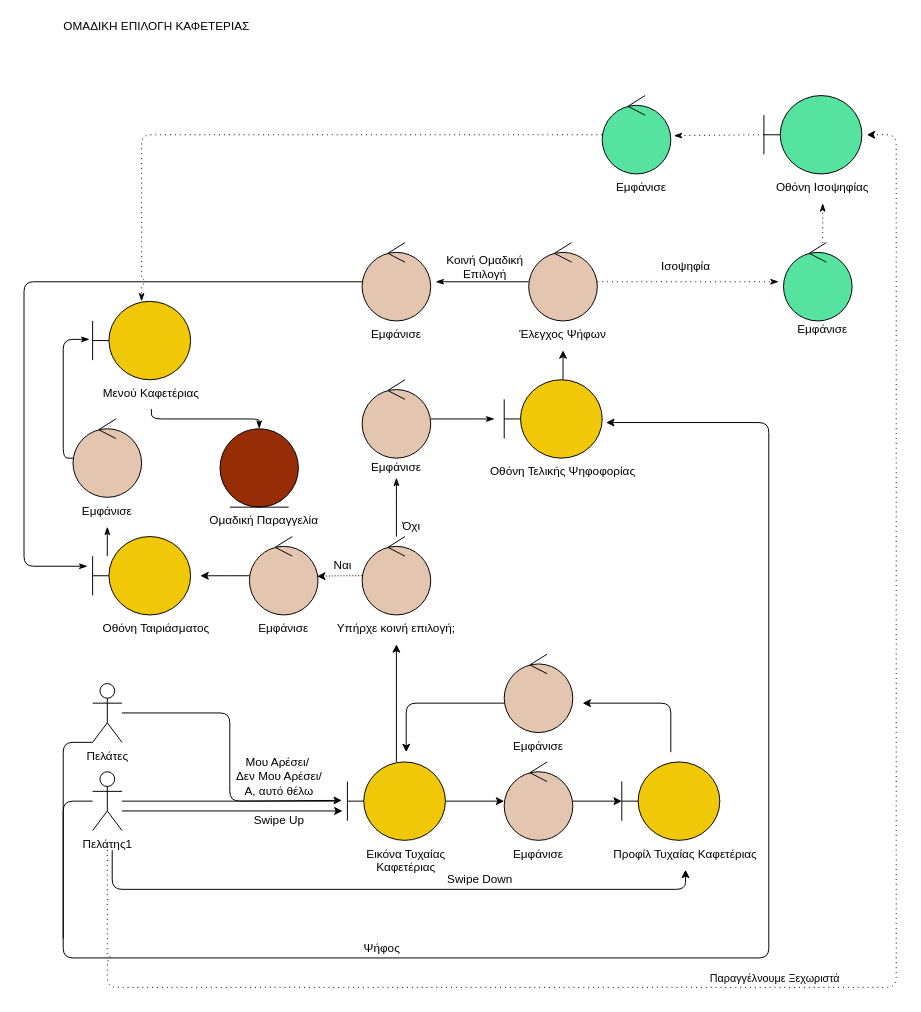
Above: docs/contributions/AthanasiaZ/Writing-Charts/Phase4/robustness_team_choice_coffee_shop.drawio in iloudaros/nomnomr (draw.io), before the change. Source tidied: cells renumbered, new cells numbered last; positions are measured from the earlier drawing's top-left corner, leaving out a move shared by most shapes. Both pictures are drawn from the tidied source at 98%, with x=0, y=0 at pixel (24, 17).
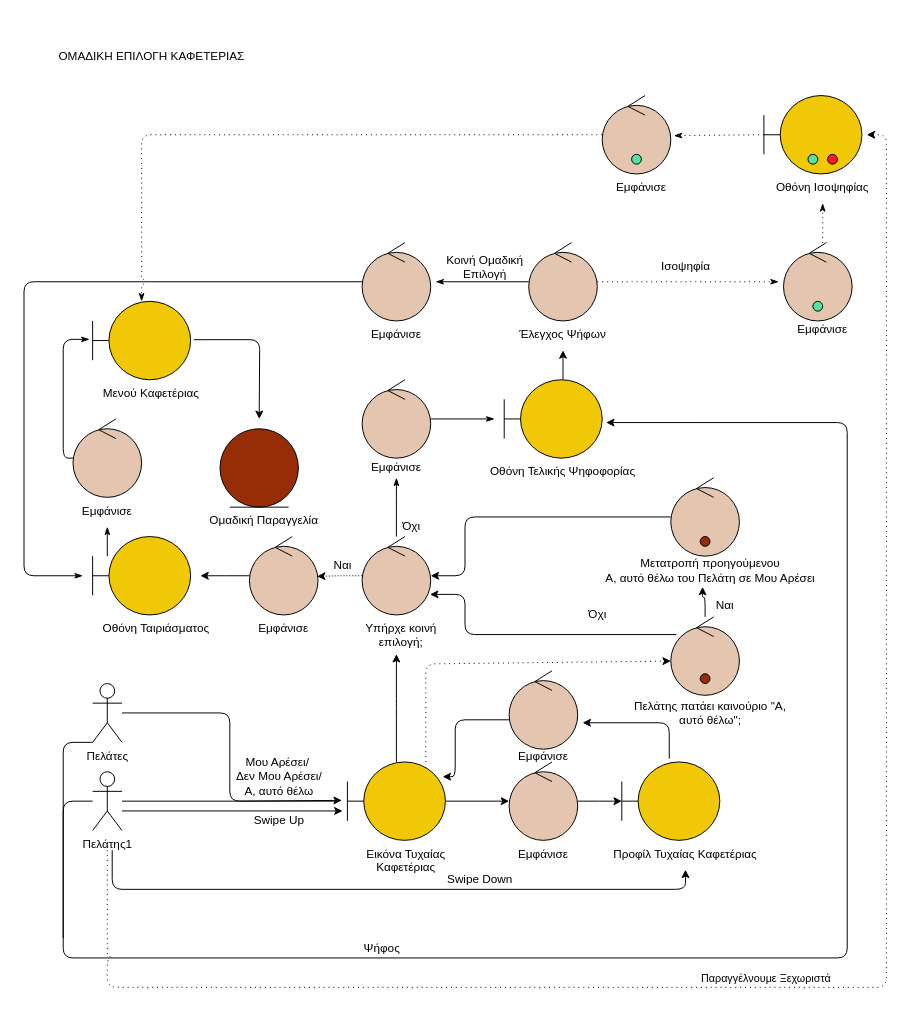
The same diagram, later.

The change refers to these unchanged cells:
```xml
<mxCell id="9" style="shape=umlBoundary;whiteSpace=wrap;html=1;fillColor=#F0C808;" parent="1" vertex="1">
  <mxGeometry x="330" y="760" width="100" height="80" as="geometry" />
</mxCell>
<mxCell id="16" style="shape=umlBoundary;whiteSpace=wrap;html=1;fillColor=#F0C808;" parent="1" vertex="1">
  <mxGeometry x="610" y="760" width="100" height="80" as="geometry" />
</mxCell>
<mxCell id="21" value="Πελάτες" style="shape=umlActor;verticalLabelPosition=bottom;verticalAlign=top;html=1;outlineConnect=0;" parent="1" vertex="1">
  <mxGeometry x="70" y="680" width="30" height="60" as="geometry" />
</mxCell>
<mxCell id="29" style="ellipse;shape=umlControl;whiteSpace=wrap;html=1;fillColor=#E4C5AF;" parent="1" vertex="1">
  <mxGeometry x="345" y="530" width="70" height="80" as="geometry" />
</mxCell>
<mxCell id="37" style="shape=umlBoundary;whiteSpace=wrap;html=1;fillColor=#F0C808;fontColor=#ffffff;strokeColor=#000000;" parent="1" vertex="1">
  <mxGeometry x="70" y="530" width="100" height="80" as="geometry" />
</mxCell>
<mxCell id="42" style="shape=umlBoundary;whiteSpace=wrap;html=1;fillColor=#F0C808;" parent="1" vertex="1">
  <mxGeometry x="490" y="370" width="100" height="80" as="geometry" />
</mxCell>
<mxCell id="52" style="ellipse;shape=umlControl;whiteSpace=wrap;html=1;fillColor=#E4C5AF;fontColor=#000000;strokeColor=#000000;" parent="1" vertex="1">
  <mxGeometry x="345" y="230" width="70" height="80" as="geometry" />
</mxCell>
<mxCell id="55" style="shape=umlBoundary;whiteSpace=wrap;html=1;fillColor=#F0C808;" parent="1" vertex="1">
  <mxGeometry x="70" y="290" width="100" height="80" as="geometry" />
</mxCell>
<mxCell id="57" value="&lt;span style=&quot;font-family: helvetica; font-size: 12px; font-style: normal; font-weight: 400; letter-spacing: normal; text-indent: 0px; text-transform: none; word-spacing: 0px; display: inline; float: none;&quot;&gt;Μενού Καφετέριας&lt;/span&gt;" style="text;whiteSpace=wrap;html=1;fillColor=none;align=center;fontColor=default;labelBackgroundColor=none;" parent="1" vertex="1">
  <mxGeometry x="60" y="370" width="140" height="30" as="geometry" />
</mxCell>
<mxCell id="58" style="ellipse;shape=umlEntity;whiteSpace=wrap;html=1;fillColor=#972D07;" parent="1" vertex="1">
  <mxGeometry x="200" y="420" width="80" height="80" as="geometry" />
</mxCell>
```

The edit, as a diff of the source:
```diff
@@
     <mxCell id="3" value="ΟΜΑΔΙΚΗ ΕΠΙΛΟΓΗ ΚΑΦΕΤΕΡΙΑΣ" style="text;html=1;align=center;verticalAlign=middle;strokeColor=none;fillColor=none;" parent="1" vertex="1">
-      <mxGeometry x="30" width="210" height="20" as="geometry" />
+      <mxGeometry x="25" y="30" width="210" height="20" as="geometry" />
     </mxCell>
@@
-    <mxCell id="8" style="edgeStyle=elbowEdgeStyle;rounded=1;jettySize=auto;html=1;" parent="1" edge="1" source="9">
-      <mxGeometry relative="1" as="geometry">
-        <mxPoint x="380" y="640" as="targetPoint" />
-      </mxGeometry>
-    </mxCell>
+    <mxCell id="75" style="edgeStyle=orthogonalEdgeStyle;rounded=1;jettySize=auto;html=1;" parent="1" edge="1" source="9">
+      <mxGeometry relative="1" as="geometry">
+        <mxPoint x="380" y="650" as="targetPoint" />
+      </mxGeometry>
+    </mxCell>
@@
     <mxCell id="13" style="ellipse;shape=umlControl;whiteSpace=wrap;html=1;fillColor=#E4C5AF;" parent="1" vertex="1">
-      <mxGeometry x="490" y="760" width="70" height="80" as="geometry" />
+      <mxGeometry x="495" y="760" width="70" height="80" as="geometry" />
     </mxCell>
     <mxCell id="14" value="&lt;span style=&quot;font-family: helvetica; font-size: 12px; font-style: normal; font-weight: 400; letter-spacing: normal; text-indent: 0px; text-transform: none; word-spacing: 0px; display: inline; float: none;&quot;&gt;Εμφάνισε&lt;/span&gt;" style="text;whiteSpace=wrap;html=1;fillColor=none;align=center;fontColor=default;labelBackgroundColor=none;" parent="1" vertex="1">
-      <mxGeometry x="485" y="840" width="80" height="30" as="geometry" />
+      <mxGeometry x="490" y="840" width="80" height="30" as="geometry" />
     </mxCell>
-    <mxCell id="15" style="edgeStyle=elbowEdgeStyle;rounded=1;orthogonalLoop=1;jettySize=auto;html=1;elbow=vertical;" parent="1" edge="1">
+    <mxCell id="15" style="edgeStyle=elbowEdgeStyle;rounded=1;jettySize=auto;html=1;elbow=vertical;exitX=0.484;exitY=-0.042;exitDx=0;exitDy=0;exitPerimeter=0;" parent="1" edge="1" source="16">
       <mxGeometry relative="1" as="geometry">
-        <mxPoint x="660" y="750" as="sourcePoint" />
-        <mxPoint x="570" y="700" as="targetPoint" />
+        <mxPoint x="570" y="720" as="targetPoint" />
         <Array as="points">
+          <mxPoint x="610" y="720" />
+          <mxPoint x="610" y="710" />
           <mxPoint x="630" y="700" />
         </Array>
       </mxGeometry>
     </mxCell>
@@
-    <mxCell id="22" style="edgeStyle=elbowEdgeStyle;rounded=1;jettySize=auto;html=1;exitX=0;exitY=0.625;exitDx=0;exitDy=0;exitPerimeter=0;" parent="1" edge="1" source="23">
+    <mxCell id="22" style="edgeStyle=elbowEdgeStyle;rounded=1;jettySize=auto;html=1;exitX=0;exitY=0.625;exitDx=0;exitDy=0;exitPerimeter=0;entryX=0.972;entryY=0.188;entryDx=0;entryDy=0;entryPerimeter=0;" parent="1" edge="1" source="23" target="9">
       <mxGeometry relative="1" as="geometry">
-        <mxPoint x="390" y="750" as="targetPoint" />
         <Array as="points">
+          <mxPoint x="440" y="740" />
+          <mxPoint x="420" y="730" />
           <mxPoint x="390" y="720" />
           <mxPoint x="380" y="700" />
         </Array>
       </mxGeometry>
     </mxCell>
     <mxCell id="23" style="ellipse;shape=umlControl;whiteSpace=wrap;html=1;fillColor=#E4C5AF;" parent="1" vertex="1">
-      <mxGeometry x="490" y="650" width="70" height="80" as="geometry" />
+      <mxGeometry x="495" y="667" width="70" height="80" as="geometry" />
     </mxCell>
     <mxCell id="24" value="&lt;span style=&quot;font-family: helvetica; font-size: 12px; font-style: normal; font-weight: 400; letter-spacing: normal; text-indent: 0px; text-transform: none; word-spacing: 0px; display: inline; float: none;&quot;&gt;Εμφάνισε&lt;/span&gt;" style="text;whiteSpace=wrap;html=1;fillColor=none;align=center;fontColor=default;labelBackgroundColor=none;" parent="1" vertex="1">
-      <mxGeometry x="485" y="730" width="80" height="30" as="geometry" />
+      <mxGeometry x="490" y="740" width="80" height="30" as="geometry" />
     </mxCell>
@@
-    <mxCell id="34" value="&lt;span style=&quot;font-family: helvetica; font-size: 12px; font-style: normal; font-weight: 400; letter-spacing: normal; text-indent: 0px; text-transform: none; word-spacing: 0px; display: inline; float: none;&quot;&gt;Υπήρχε κοινή επιλογή;&lt;/span&gt;" style="text;whiteSpace=wrap;html=1;fillColor=none;align=center;fontColor=default;labelBackgroundColor=none;" parent="1" vertex="1">
-      <mxGeometry x="305" y="610" width="150" height="30" as="geometry" />
+    <mxCell id="34" value="&lt;span style=&quot;font-family: helvetica; font-size: 12px; font-style: normal; font-weight: 400; letter-spacing: normal; text-indent: 0px; text-transform: none; word-spacing: 0px; display: inline; float: none;&quot;&gt;Υπήρχε κοινή &lt;br&gt;επιλογή;&lt;/span&gt;" style="text;whiteSpace=wrap;html=1;fillColor=none;align=center;fontColor=default;labelBackgroundColor=none;" parent="1" vertex="1">
+      <mxGeometry x="310" y="610" width="150" height="30" as="geometry" />
     </mxCell>
@@
     <mxCell id="44" style="edgeStyle=orthogonalEdgeStyle;rounded=1;jettySize=auto;html=1;endArrow=classic;endFill=1;jumpStyle=arc;entryX=1.04;entryY=0.546;entryDx=0;entryDy=0;entryPerimeter=0;exitX=0;exitY=1;exitDx=0;exitDy=0;exitPerimeter=0;" parent="1" edge="1" source="21" target="42">
       <mxGeometry relative="1" as="geometry">
         <Array as="points">
           <mxPoint x="40" y="740" />
           <mxPoint x="40" y="960" />
-          <mxPoint x="760" y="960" />
-          <mxPoint x="760" y="414" />
+          <mxPoint x="840" y="960" />
+          <mxPoint x="840" y="414" />
         </Array>
       </mxGeometry>
     </mxCell>
@@
-    <mxCell id="51" style="edgeStyle=elbowEdgeStyle;rounded=1;jumpStyle=arc;jettySize=auto;html=1;startArrow=none;startFill=0;endArrow=classicThin;endFill=1;entryX=-0.053;entryY=0.379;entryDx=0;entryDy=0;entryPerimeter=0;" parent="1" edge="1" source="52" target="37">
+    <mxCell id="51" style="edgeStyle=elbowEdgeStyle;rounded=1;jumpStyle=arc;jettySize=auto;html=1;startArrow=none;startFill=0;endArrow=classicThin;endFill=1;" parent="1" edge="1" source="52">
       <mxGeometry relative="1" as="geometry">
+        <mxPoint x="60" y="570" as="targetPoint" />
         <Array as="points">
           <mxPoint y="380" />
           <mxPoint x="30" y="400" />
         </Array>
       </mxGeometry>
     </mxCell>
@@
-    <mxCell id="56" style="edgeStyle=elbowEdgeStyle;rounded=1;jumpStyle=arc;jettySize=auto;html=1;exitX=0.5;exitY=1;exitDx=0;exitDy=0;entryX=0.5;entryY=0;entryDx=0;entryDy=0;startArrow=none;startFill=0;endArrow=classicThin;endFill=1;" parent="1" edge="1" source="57" target="58">
-      <mxGeometry relative="1" as="geometry" />
-    </mxCell>
+    <mxCell id="76" style="edgeStyle=orthogonalEdgeStyle;rounded=1;jettySize=auto;html=1;fontColor=#56E39F;exitX=1.033;exitY=0.489;exitDx=0;exitDy=0;exitPerimeter=0;" parent="1" edge="1" source="55">
+      <mxGeometry relative="1" as="geometry">
+        <mxPoint x="240" y="410" as="targetPoint" />
+      </mxGeometry>
+    </mxCell>
@@
-    <mxCell id="62" style="ellipse;shape=umlControl;whiteSpace=wrap;html=1;fillColor=#56E39F;" parent="1" vertex="1">
+    <mxCell id="62" style="ellipse;shape=umlControl;whiteSpace=wrap;html=1;fillColor=#E4C5AF;" parent="1" vertex="1">
       <mxGeometry x="775" y="230" width="70" height="80" as="geometry" />
     </mxCell>
@@
-    <mxCell id="65" style="shape=umlBoundary;whiteSpace=wrap;html=1;fillColor=#56E39F;" parent="1" vertex="1">
+    <mxCell id="65" style="shape=umlBoundary;whiteSpace=wrap;html=1;fillColor=#F0C808;" parent="1" vertex="1">
       <mxGeometry x="755" y="80" width="100" height="80" as="geometry" />
     </mxCell>
@@
     <mxCell id="67" style="edgeStyle=orthogonalEdgeStyle;rounded=1;jettySize=auto;html=1;fontColor=#000000;endArrow=classic;endFill=1;jumpStyle=arc;entryX=1.05;entryY=0.5;entryDx=0;entryDy=0;entryPerimeter=0;dashed=1;dashPattern=1 4;" parent="1" edge="1" target="65">
       <mxGeometry relative="1" as="geometry">
         <mxPoint x="85" y="850" as="sourcePoint" />
         <Array as="points">
           <mxPoint x="85" y="990" />
-          <mxPoint x="890" y="990" />
-          <mxPoint x="890" y="120" />
+          <mxPoint x="880" y="990" />
+          <mxPoint x="880" y="120" />
         </Array>
       </mxGeometry>
     </mxCell>
@@
-    <mxCell id="70" style="ellipse;shape=umlControl;whiteSpace=wrap;html=1;fillColor=#56E39F;" parent="1" vertex="1">
+    <mxCell id="70" style="ellipse;shape=umlControl;whiteSpace=wrap;html=1;fillColor=#E4C5AF;" parent="1" vertex="1">
       <mxGeometry x="590" y="80" width="70" height="80" as="geometry" />
     </mxCell>
@@
+    <mxCell id="77" style="shape=ellipse;fillColor=#56E39F;strokeColor=default;html=1;sketch=0;fontColor=#56E39F;" parent="1" vertex="1">
+      <mxGeometry x="800" y="140" width="10" height="10" as="geometry" />
+    </mxCell>
+    <mxCell id="78" style="shape=ellipse;fillColor=#56E39F;strokeColor=default;html=1;sketch=0;fontColor=#56E39F;" parent="1" vertex="1">
+      <mxGeometry x="805" y="290" width="10" height="10" as="geometry" />
+    </mxCell>
+    <mxCell id="79" style="shape=ellipse;fillColor=#56E39F;strokeColor=default;html=1;sketch=0;fontColor=#56E39F;" parent="1" vertex="1">
+      <mxGeometry x="620" y="140" width="10" height="10" as="geometry" />
+    </mxCell>
+    <mxCell id="80" style="shape=ellipse;fillColor=#FF1B1B;strokeColor=default;html=1;sketch=0;fontColor=#56E39F;" parent="1" vertex="1">
+      <mxGeometry x="820" y="140" width="10" height="10" as="geometry" />
+    </mxCell>
+    <mxCell id="81" style="edgeStyle=orthogonalEdgeStyle;rounded=1;jettySize=auto;html=1;entryX=0.467;entryY=1.046;entryDx=0;entryDy=0;entryPerimeter=0;" parent="1" edge="1" source="83" target="89">
+      <mxGeometry relative="1" as="geometry" />
+    </mxCell>
+    <mxCell id="82" style="edgeStyle=orthogonalEdgeStyle;rounded=1;jettySize=auto;html=1;entryX=0.99;entryY=0.738;entryDx=0;entryDy=0;entryPerimeter=0;" parent="1" edge="1" source="83" target="29">
+      <mxGeometry relative="1" as="geometry">
+        <Array as="points">
+          <mxPoint x="450" y="630" />
+          <mxPoint x="450" y="589" />
+        </Array>
+      </mxGeometry>
+    </mxCell>
+    <mxCell id="83" style="ellipse;shape=umlControl;whiteSpace=wrap;html=1;fillColor=#E4C5AF;" parent="1" vertex="1">
+      <mxGeometry x="660" y="612" width="70" height="80" as="geometry" />
+    </mxCell>
+    <mxCell id="84" value="Πελάτης πατάει καινούριο &quot;Α, &lt;br&gt;αυτό θέλω&quot;;" style="text;html=1;align=center;verticalAlign=middle;strokeColor=none;fillColor=none;" parent="1" vertex="1">
+      <mxGeometry x="615" y="695" width="170" height="30" as="geometry" />
+    </mxCell>
+    <mxCell id="85" style="edgeStyle=orthogonalEdgeStyle;rounded=1;jettySize=auto;html=1;" parent="1" edge="1" source="86" target="29">
+      <mxGeometry relative="1" as="geometry">
+        <Array as="points">
+          <mxPoint x="450" y="510" />
+          <mxPoint x="450" y="570" />
+        </Array>
+      </mxGeometry>
+    </mxCell>
+    <mxCell id="86" style="ellipse;shape=umlControl;whiteSpace=wrap;html=1;fillColor=#E4C5AF;" parent="1" vertex="1">
+      <mxGeometry x="660" y="470" width="70" height="80" as="geometry" />
+    </mxCell>
+    <mxCell id="87" value="Όχι" style="text;html=1;align=center;verticalAlign=middle;strokeColor=none;fillColor=none;" parent="1" vertex="1">
+      <mxGeometry x="570" y="600" width="30" height="20" as="geometry" />
+    </mxCell>
+    <mxCell id="88" value="Ναι" style="text;html=1;align=center;verticalAlign=middle;strokeColor=none;fillColor=none;" parent="1" vertex="1">
+      <mxGeometry x="700" y="590" width="30" height="20" as="geometry" />
+    </mxCell>
+    <mxCell id="89" value="Μετατροπή προηγούμενου &lt;br&gt;Α, αυτό θέλω του Πελάτη σε Μου Αρέσει" style="text;html=1;align=center;verticalAlign=middle;points=[];strokeColor=none;fillColor=none;" parent="1" vertex="1">
+      <mxGeometry x="585" y="550" width="230" height="30" as="geometry" />
+    </mxCell>
+    <mxCell id="90" style="endArrow=classic;html=1;rounded=1;entryX=0;entryY=0.563;entryDx=0;entryDy=0;entryPerimeter=0;dashed=1;dashPattern=1 4;" parent="1" edge="1" target="83">
+      <mxGeometry relative="1" as="geometry">
+        <mxPoint x="410" y="760" as="sourcePoint" />
+        <Array as="points">
+          <mxPoint x="410" y="660" />
+        </Array>
+      </mxGeometry>
+    </mxCell>
+    <mxCell id="91" style="shape=ellipse;fillColor=#972D07;strokeColor=default;html=1;sketch=0;gradientColor=none;" parent="1" vertex="1">
+      <mxGeometry x="690" y="670" width="10" height="10" as="geometry" />
+    </mxCell>
+    <mxCell id="92" style="shape=ellipse;fillColor=#972D07;strokeColor=default;html=1;sketch=0;gradientColor=none;" parent="1" vertex="1">
+      <mxGeometry x="690" y="530" width="10" height="10" as="geometry" />
+    </mxCell>
```
